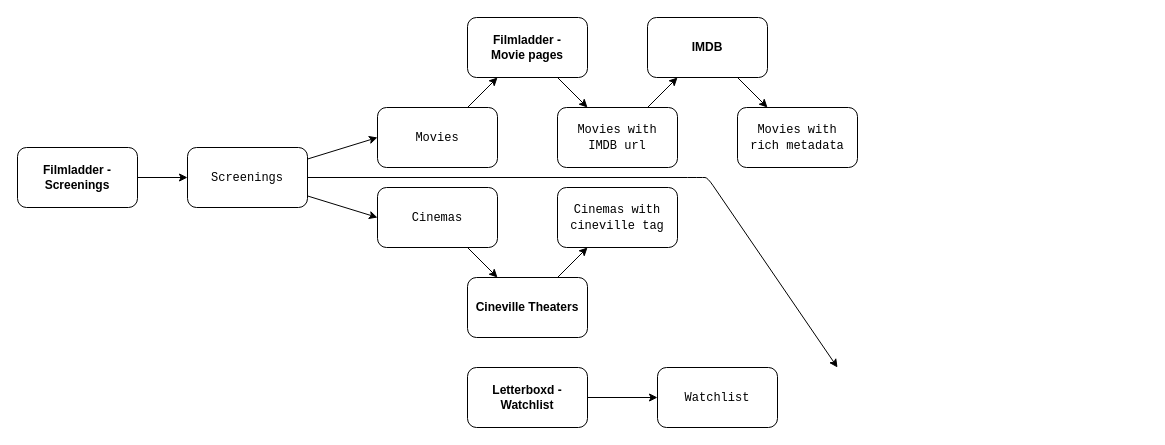
Above: drawio/dag.drawio in asnijders/cineville_scraper (draw.io), before the change. Source tidied: cells renumbered, new cells numbered last; positions are measured from the earlier drawing's top-left corner, leaving out a move shared by most shapes. Both pictures are drawn from the tidied source at 100%, with x=0, y=0 at pixel (17, 17).
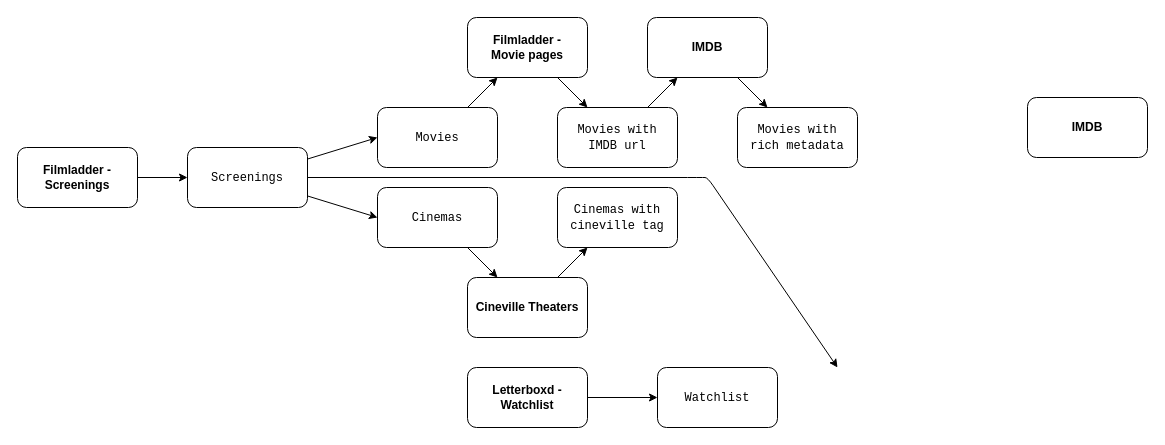
The same diagram, later.

Change to the diagram source:
```diff
@@
+    <mxCell id="25" value="&lt;b&gt;IMDB&lt;/b&gt;" style="rounded=1;whiteSpace=wrap;html=1;" parent="1" vertex="1">
+      <mxGeometry x="1010" y="80" width="120" height="60" as="geometry" />
+    </mxCell>
```
